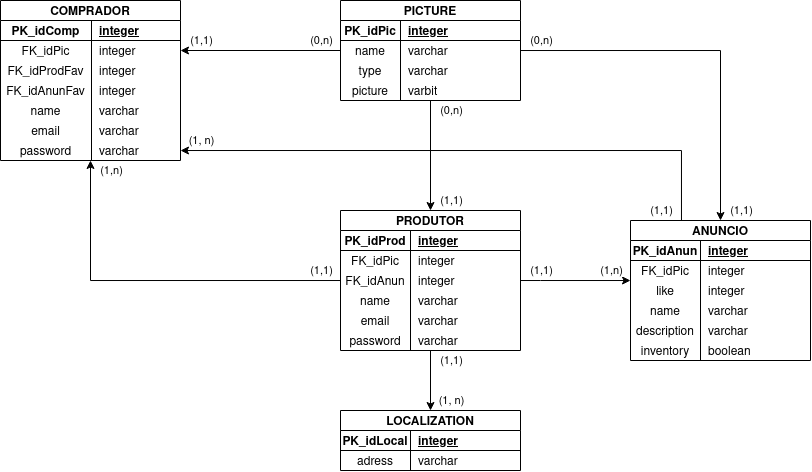
Before: docs/img/diagrama_banco_de_dados.png, a diagram exported from draw.io (fga-eps-mds/2020.2-Hortum). Source tidied: cells renumbered, new cells last; positions are measured from the earlier drawing's top-left corner, leaving out a move shared by most shapes.
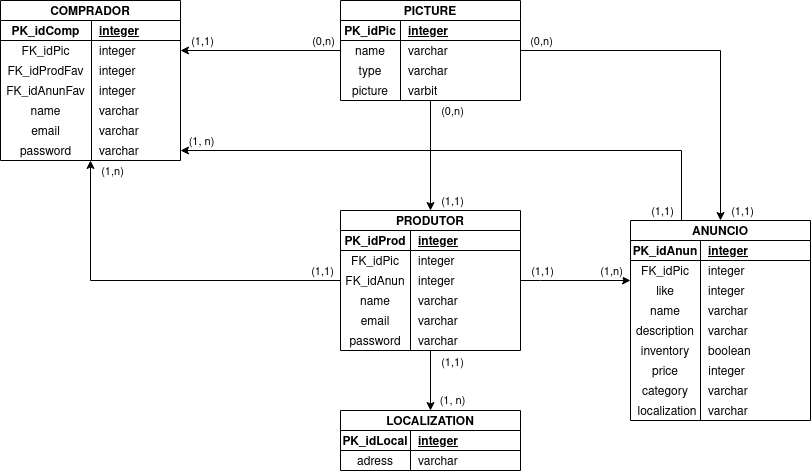
Later version of the same file.

Commit message:
#116 Atualizado DER e modelagem do banco

The edit, as a diff of the source:
```diff
@@ -257,7 +257,7 @@
       </mxGeometry>
     </mxCell>
     <mxCell id="74" value="ANUNCIO" style="shape=table;startSize=20;rowLines=0;fontStyle=1;align=center;strokeColor=#000000;" parent="1" vertex="1">
-      <mxGeometry x="630" y="220" width="180" height="140" as="geometry" />
+      <mxGeometry x="630" y="220" width="180" height="200" as="geometry" />
     </mxCell>
     <mxCell id="75" style="shape=partialRectangle;fillColor=none;top=0;left=0;bottom=1;right=0;" parent="74" vertex="1">
       <mxGeometry y="20" width="180" height="20" as="geometry" />
@@ -347,5 +347,23 @@
         <mxPoint x="7.2" y="-10" as="offset" />
       </mxGeometry>
     </mxCell>
+    <mxCell id="103" value="price" style="shape=partialRectangle;fillColor=none;top=0;left=0;bottom=0;right=0;overflow=hidden;" parent="1" vertex="1">
+      <mxGeometry x="630" y="360" width="70" height="20" as="geometry" />
+    </mxCell>
+    <mxCell id="104" value="integer" style="shape=partialRectangle;fillColor=none;top=0;left=0;bottom=0;right=0;overflow=hidden;" parent="1" vertex="1">
+      <mxGeometry x="702" y="360" width="49" height="20" as="geometry" />
+    </mxCell>
+    <mxCell id="105" value="category" style="shape=partialRectangle;fillColor=none;top=0;left=0;bottom=0;right=0;overflow=hidden;" parent="1" vertex="1">
+      <mxGeometry x="630" y="380" width="70" height="20" as="geometry" />
+    </mxCell>
+    <mxCell id="106" value="varchar" style="shape=partialRectangle;fillColor=none;top=0;left=0;bottom=0;right=0;align=left;spacingLeft=6;overflow=hidden;" parent="1" vertex="1">
+      <mxGeometry x="700" y="380" width="110" height="20" as="geometry" />
+    </mxCell>
+    <mxCell id="107" value="localization" style="shape=partialRectangle;fillColor=none;top=0;left=0;bottom=0;right=0;overflow=hidden;" parent="1" vertex="1">
+      <mxGeometry x="632" y="400" width="70" height="20" as="geometry" />
+    </mxCell>
+    <mxCell id="108" value="varchar" style="shape=partialRectangle;fillColor=none;top=0;left=0;bottom=0;right=0;align=left;spacingLeft=6;overflow=hidden;" parent="1" vertex="1">
+      <mxGeometry x="700" y="400" width="110" height="20" as="geometry" />
+    </mxCell>
   </root>
 </mxGraphModel>
```
